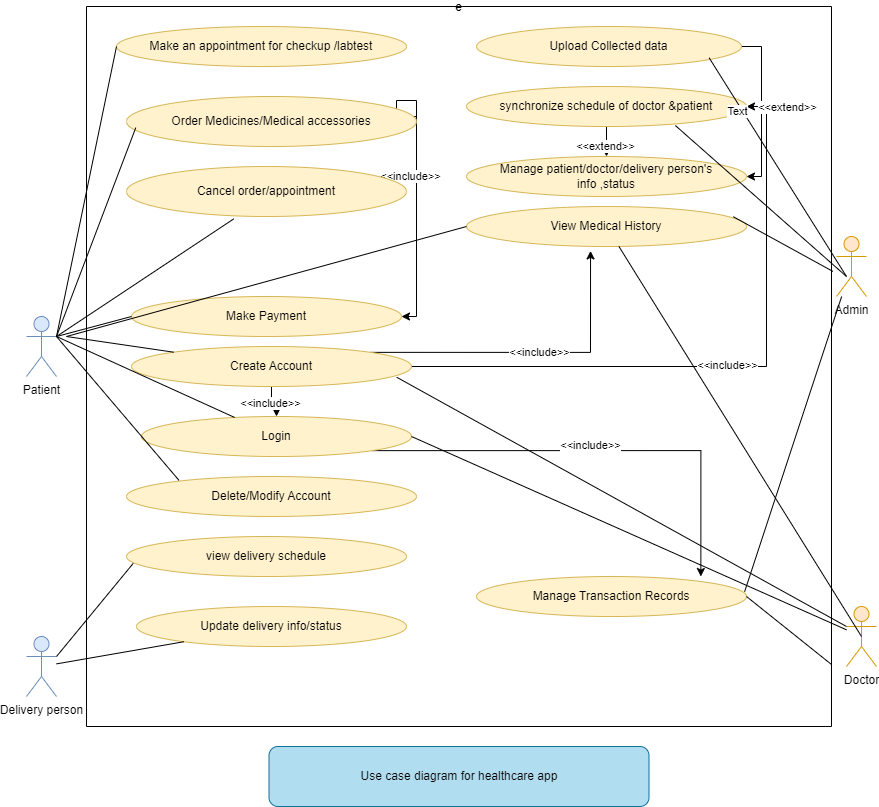
TRISHAHALDER/Medtech_Maven_usecase_diagram keeps this draw.io diagram as medtech_maven_usecase_diagram.png. Above is the earlier version. Source tidied: cells renumbered, new cells last; positions are measured from the earlier drawing's top-left corner, leaving out a move shared by most shapes.
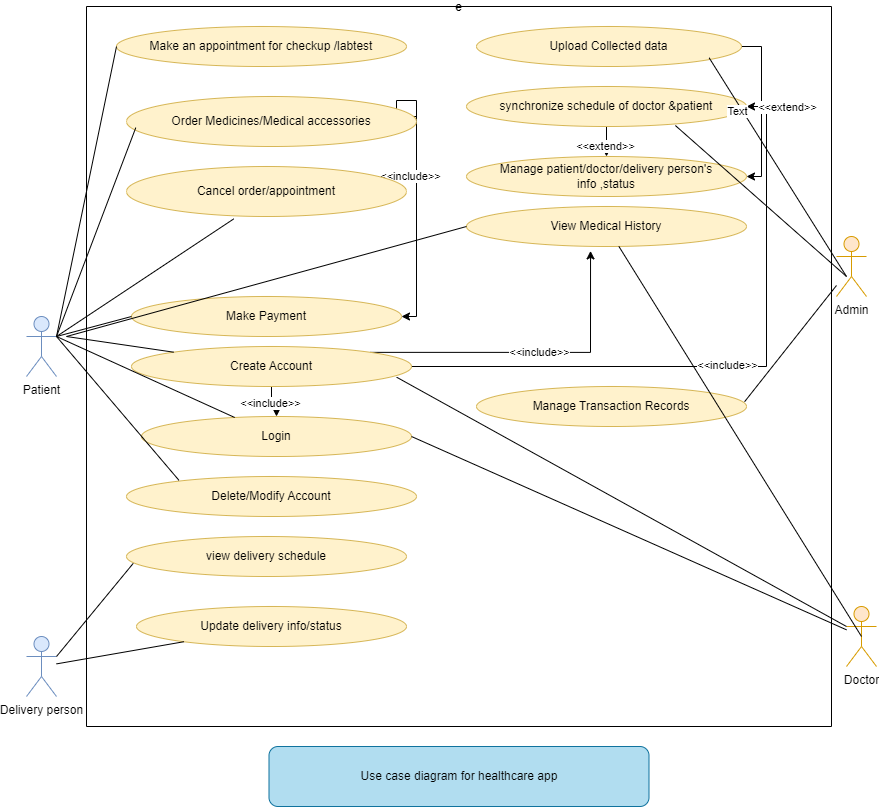
After the commit.

Change to the diagram source:
```diff
@@ -31,20 +31,11 @@
       <mxGeometry x="45" y="340" width="280" height="40" as="geometry" />
     </mxCell>
     <mxCell id="10" value="Manage Transaction Records" style="ellipse;whiteSpace=wrap;html=1;fillColor=#fff2cc;strokeColor=#d6b656;" parent="2" vertex="1">
-      <mxGeometry x="390" y="570" width="270" height="40" as="geometry" />
+      <mxGeometry x="390" y="380" width="270" height="40" as="geometry" />
     </mxCell>
-    <mxCell id="11" style="edgeStyle=orthogonalEdgeStyle;rounded=0;jettySize=auto;html=1;exitX=1;exitY=1;exitDx=0;exitDy=0;entryX=0.831;entryY=0;entryDx=0;entryDy=0;entryPerimeter=0;" parent="2" edge="1" source="13" target="10">
-      <mxGeometry relative="1" as="geometry" />
-    </mxCell>
-    <mxCell id="12" value="&amp;lt;&amp;lt;include&amp;gt;&amp;gt;" style="edgeLabel;html=1;align=center;verticalAlign=middle;" parent="11" vertex="1">
-      <mxGeometry x="-0.04" y="6" relative="1" as="geometry" />
-    </mxCell>
     <mxCell id="13" value="Login" style="ellipse;whiteSpace=wrap;html=1;fillColor=#fff2cc;strokeColor=#d6b656;" parent="2" vertex="1">
       <mxGeometry x="55" y="410" width="270" height="40" as="geometry" />
     </mxCell>
-    <mxCell id="14" style="endArrow=none;html=1;rounded=0;exitX=1;exitY=0.5;exitDx=0;exitDy=0;" parent="2" edge="1" source="10" target="2">
-      <mxGeometry relative="1" as="geometry" />
-    </mxCell>
     <mxCell id="15" style="edgeStyle=orthogonalEdgeStyle;rounded=0;jettySize=auto;html=1;exitX=1;exitY=0.5;exitDx=0;exitDy=0;" parent="2" edge="1" source="26" target="28">
       <mxGeometry relative="1" as="geometry">
         <Array as="points">
@@ -81,9 +72,6 @@
     <mxCell id="23" value="Upload Collected data" style="ellipse;whiteSpace=wrap;html=1;fillColor=#fff2cc;strokeColor=#d6b656;" parent="2" vertex="1">
       <mxGeometry x="390" y="20" width="265" height="40" as="geometry" />
     </mxCell>
-    <mxCell id="24" style="endArrow=none;html=1;rounded=0;exitX=0.953;exitY=0.256;exitDx=0;exitDy=0;exitPerimeter=0;entryX=1.002;entryY=0.368;entryDx=0;entryDy=0;entryPerimeter=0;" parent="2" edge="1" source="20" target="2">
-      <mxGeometry relative="1" as="geometry" />
-    </mxCell>
     <mxCell id="25" value="Make an appointment for checkup /labtest" style="ellipse;whiteSpace=wrap;html=1;fillColor=#fff2cc;strokeColor=#d6b656;" parent="2" vertex="1">
       <mxGeometry x="30" y="20" width="290" height="40" as="geometry" />
     </mxCell>
```
